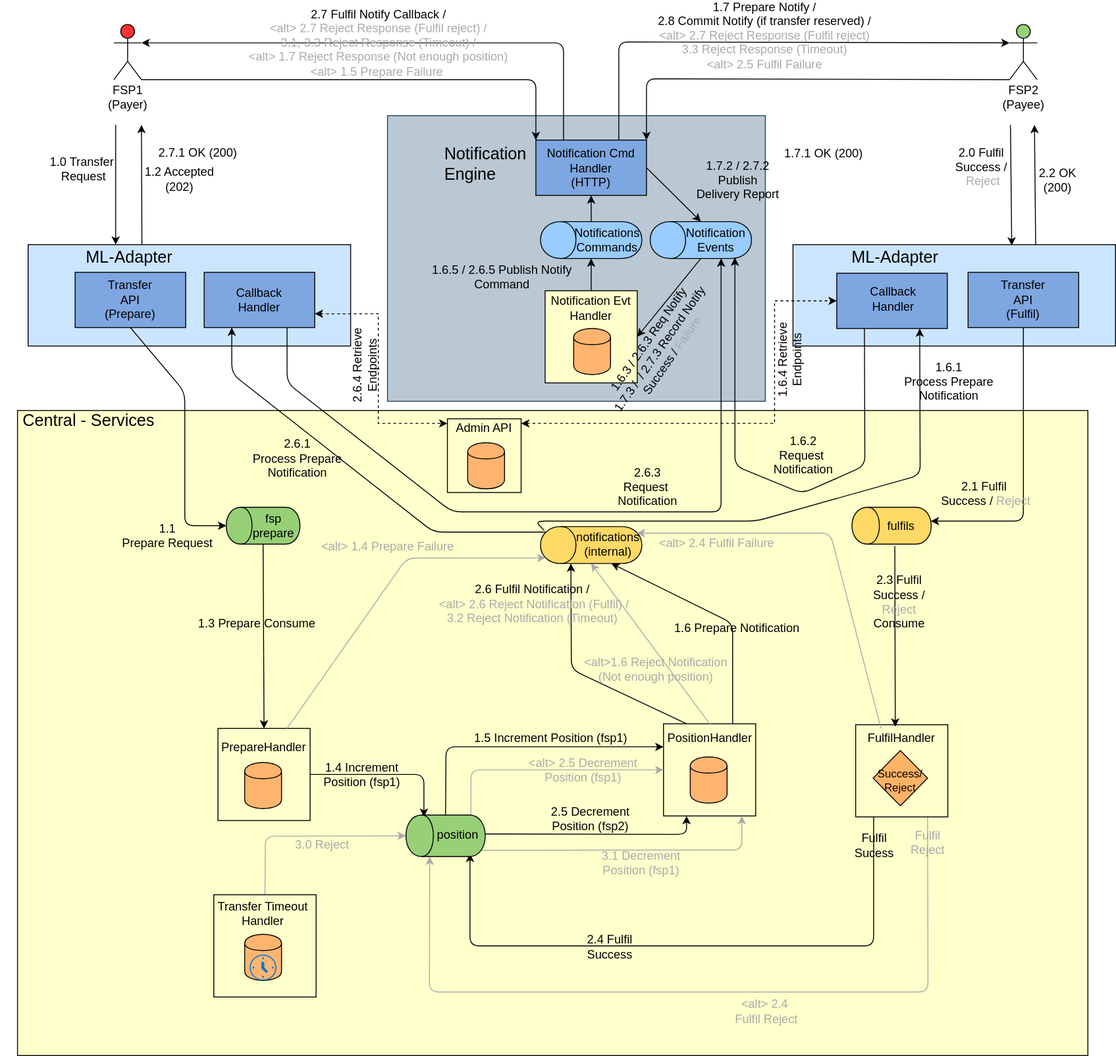
Above: mojaloop-technical-overview/notifications/assets/diagrams/Transfers-Arch-End-to-End-with-Notify-Engine-v2.0.svg in mojaloop/documentation (draw.io), before the change. Source tidied: cells renumbered, new cells last; positions are measured from the earlier drawing's top-left corner, leaving out a move shared by most shapes.
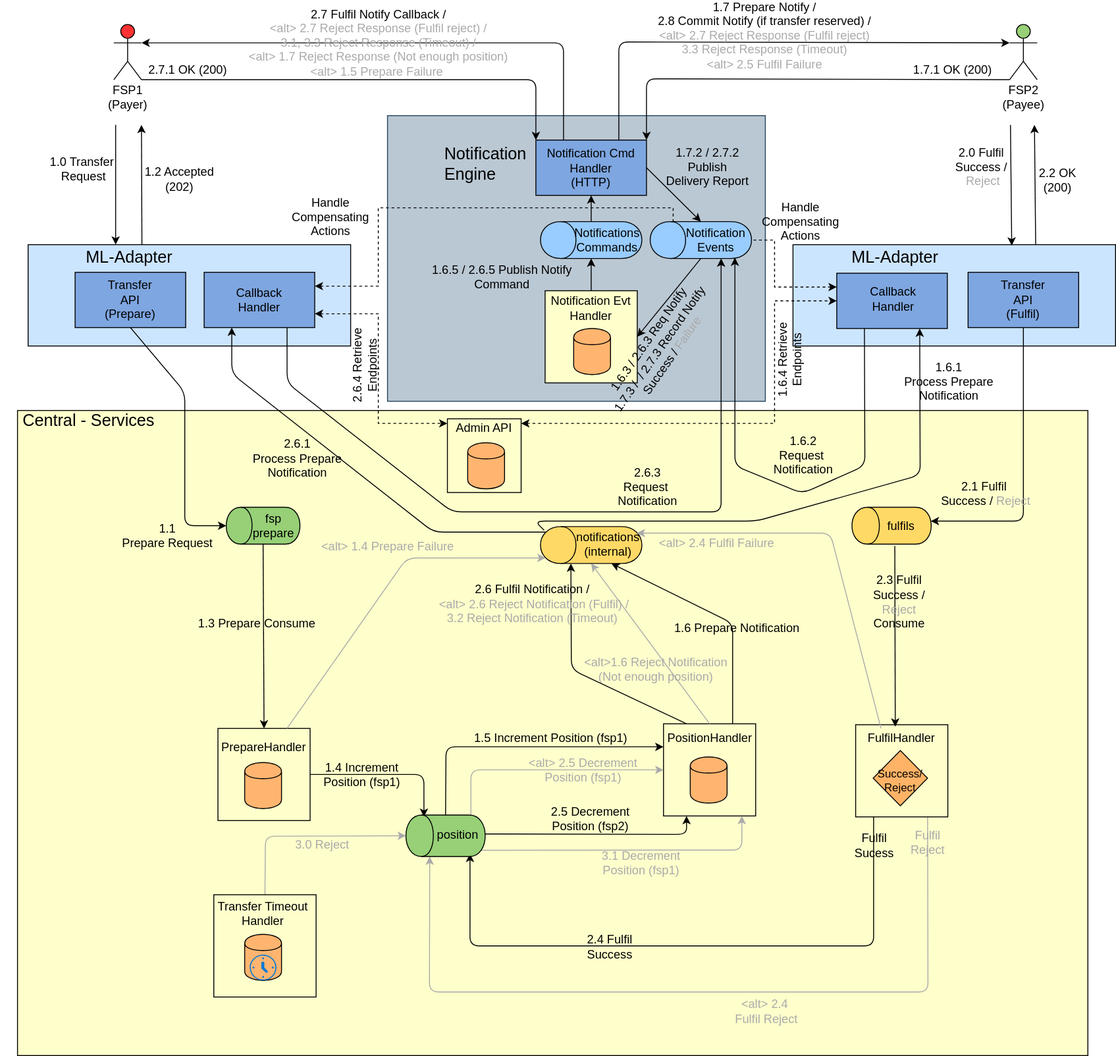
After the change.

Commit message:
Updated notification v2 e2e arch diagram

Diff of the diagram source:
```diff
@@ -343,12 +343,12 @@
       </mxGeometry>
     </mxCell>
     <mxCell id="74" value="&lt;font style=&quot;font-size: 13px&quot;&gt;2.7.1 OK (200)&lt;/font&gt;" style="text;html=1;align=center;verticalAlign=middle;labelBackgroundColor=none;fontSize=13;" parent="1" vertex="1">
-      <mxGeometry x="190.5" y="140" as="geometry">
+      <mxGeometry x="180" y="49" as="geometry">
         <mxPoint x="23" y="-1" as="offset" />
       </mxGeometry>
     </mxCell>
     <mxCell id="75" value="&lt;font style=&quot;font-size: 13px&quot;&gt;1.7.1 OK (200)&lt;/font&gt;" style="text;html=1;align=center;verticalAlign=middle;labelBackgroundColor=none;fontSize=13;" parent="1" vertex="1">
-      <mxGeometry x="870" y="140" as="geometry">
+      <mxGeometry x="1009.5" y="49" as="geometry">
         <mxPoint x="23" y="-1" as="offset" />
       </mxGeometry>
     </mxCell>
@@ -438,7 +438,7 @@
       <mxGeometry relative="1" as="geometry" />
     </mxCell>
     <mxCell id="99" value="&lt;font style=&quot;font-size: 13px&quot;&gt;1.7.2 / 2.7.2 &lt;br&gt;Publish&lt;br&gt;Delivery Report&lt;/font&gt;" style="text;html=1;align=center;verticalAlign=middle;labelBackgroundColor=none;fontSize=13;" parent="1" vertex="1">
-      <mxGeometry x="776.5" y="169" as="geometry">
+      <mxGeometry x="744" y="155.5" as="geometry">
         <mxPoint x="23" y="-1" as="offset" />
       </mxGeometry>
     </mxCell>
@@ -552,5 +552,28 @@
         <mxPoint x="-16" y="-41" as="offset" />
       </mxGeometry>
     </mxCell>
+    <mxCell id="120" style="edgeStyle=orthogonalEdgeStyle;rounded=0;jettySize=auto;html=1;horizontal=0;startArrow=classic;startFill=1;endArrow=none;endFill=0;dashed=1;entryX=0.5;entryY=1;entryDx=0;entryDy=0;exitX=0;exitY=0.25;exitDx=0;exitDy=0;" parent="1" edge="1" source="54" target="96">
+      <mxGeometry relative="1" as="geometry">
+        <Array as="points">
+          <mxPoint x="840" y="285" />
+          <mxPoint x="840" y="234" />
+        </Array>
+      </mxGeometry>
+    </mxCell>
+    <mxCell id="121" style="edgeStyle=orthogonalEdgeStyle;rounded=0;jettySize=auto;html=1;horizontal=0;startArrow=classic;startFill=1;endArrow=none;endFill=0;dashed=1;entryX=1;entryY=0.227;entryDx=0;entryDy=0;exitX=1;exitY=0.25;exitDx=0;exitDy=0;entryPerimeter=0;" parent="1" edge="1" source="107" target="96">
+      <mxGeometry relative="1" as="geometry">
+        <Array as="points">
+          <mxPoint x="410" y="284" />
+          <mxPoint x="410" y="199" />
+          <mxPoint x="730" y="199" />
+        </Array>
+      </mxGeometry>
+    </mxCell>
+    <mxCell id="122" value="Handle Compensating Actions" style="text;html=1;strokeColor=none;fillColor=none;align=center;verticalAlign=middle;whiteSpace=wrap;rounded=0;fontSize=13;" parent="1" vertex="1">
+      <mxGeometry x="305" y="199" width="107" height="20" as="geometry" />
+    </mxCell>
+    <mxCell id="123" value="Handle Compensating Actions" style="text;html=1;strokeColor=none;fillColor=none;align=center;verticalAlign=middle;whiteSpace=wrap;rounded=0;fontSize=13;" parent="1" vertex="1">
+      <mxGeometry x="814.5" y="204" width="107" height="20" as="geometry" />
+    </mxCell>
   </root>
 </mxGraphModel>
```
